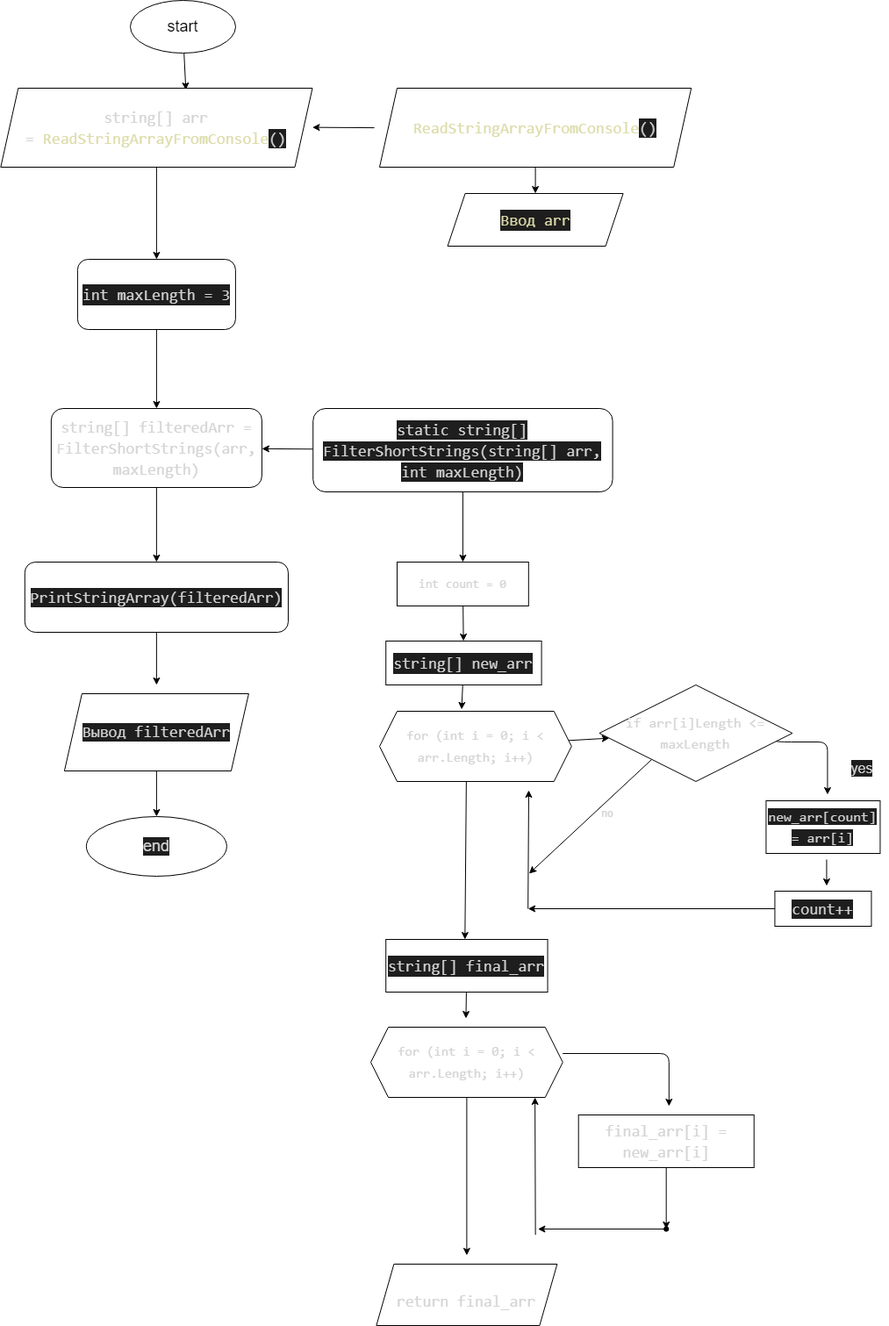
Before: itog/diagram.drawio.png, a diagram exported from draw.io (JuliaSukhova/Result). Source tidied: cells renumbered, new cells last; positions are measured from the earlier drawing's top-left corner, leaving out a move shared by most shapes.
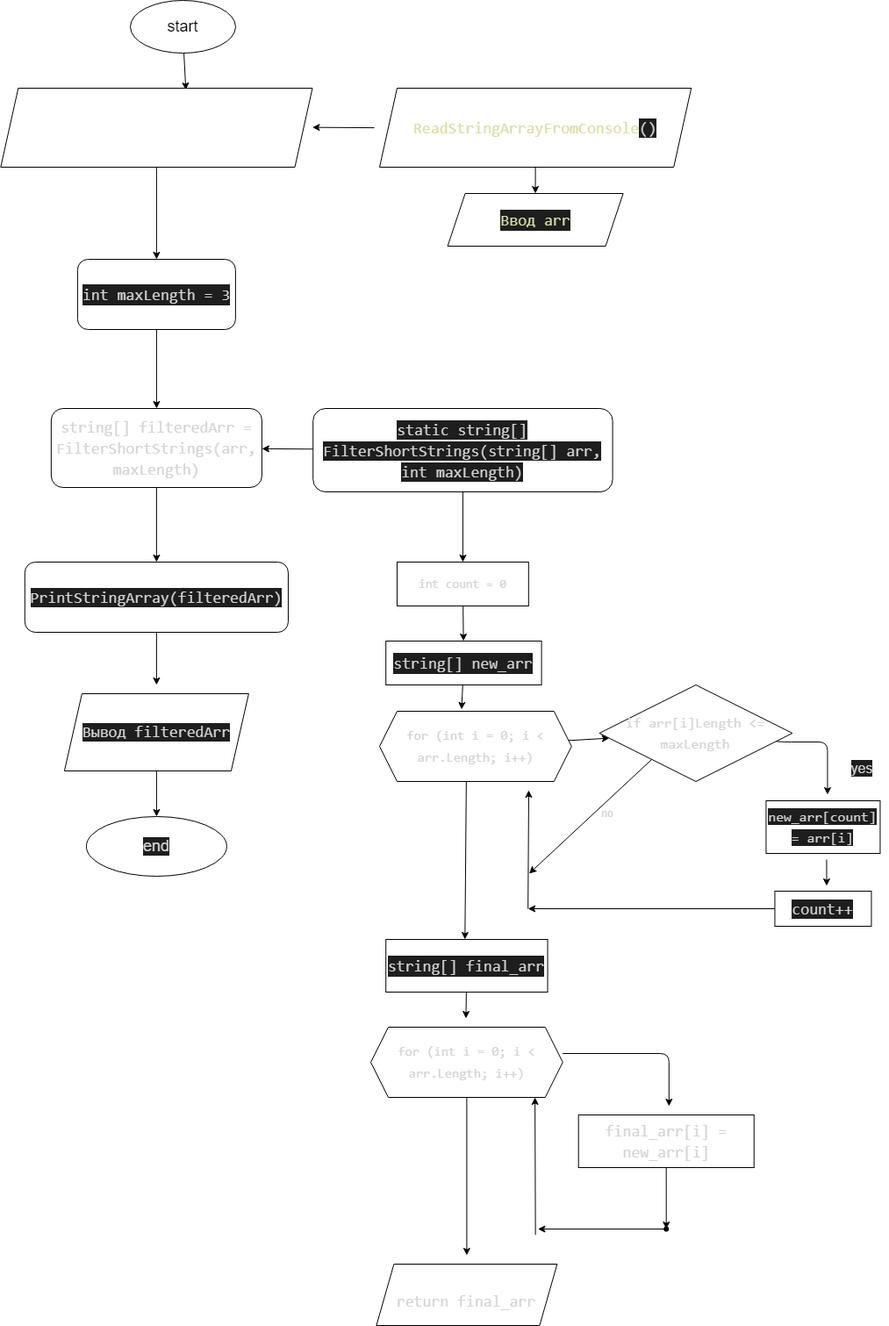
The same diagram one commit later.

Commit message:
Блое схема цвет

Diff of the diagram source:
```diff
@@ -11,7 +11,7 @@
     <mxCell id="4" style="edgeStyle=none;html=1;fontSize=14;fontColor=none;" parent="1" edge="1" source="5" target="35">
       <mxGeometry relative="1" as="geometry" />
     </mxCell>
-    <mxCell id="5" value="&lt;div style=&quot;font-family: Consolas, &amp;quot;Courier New&amp;quot;, monospace; font-size: 18px; line-height: 24px;&quot;&gt;&lt;font style=&quot;&quot; color=&quot;#d4d4d4&quot;&gt;string[] arr =&amp;nbsp;&lt;/font&gt;&lt;span style=&quot;color: rgb(220, 220, 170);&quot;&gt;ReadStringArrayFromConsole&lt;/span&gt;&lt;span style=&quot;background-color: rgb(30, 30, 30); color: rgb(212, 212, 212);&quot;&gt;()&lt;/span&gt;&lt;/div&gt;" style="shape=parallelogram;perimeter=parallelogramPerimeter;whiteSpace=wrap;html=1;fixedSize=1;" parent="1" vertex="1">
+    <mxCell id="5" value="&lt;div style=&quot;font-family: Consolas, &amp;quot;Courier New&amp;quot;, monospace; font-size: 18px; line-height: 24px;&quot;&gt;&lt;font color=&quot;#ffffff&quot;&gt;string[] arr =&amp;nbsp;ReadStringArrayFromConsole()&lt;/font&gt;&lt;/div&gt;" style="shape=parallelogram;perimeter=parallelogramPerimeter;whiteSpace=wrap;html=1;fixedSize=1;" parent="1" vertex="1">
       <mxGeometry x="0.3" y="100" width="355.2" height="90" as="geometry" />
     </mxCell>
     <mxCell id="6" style="edgeStyle=none;html=1;fontSize=12;fontColor=#D4D4D4;" parent="1" edge="1" source="7" target="29">
```
